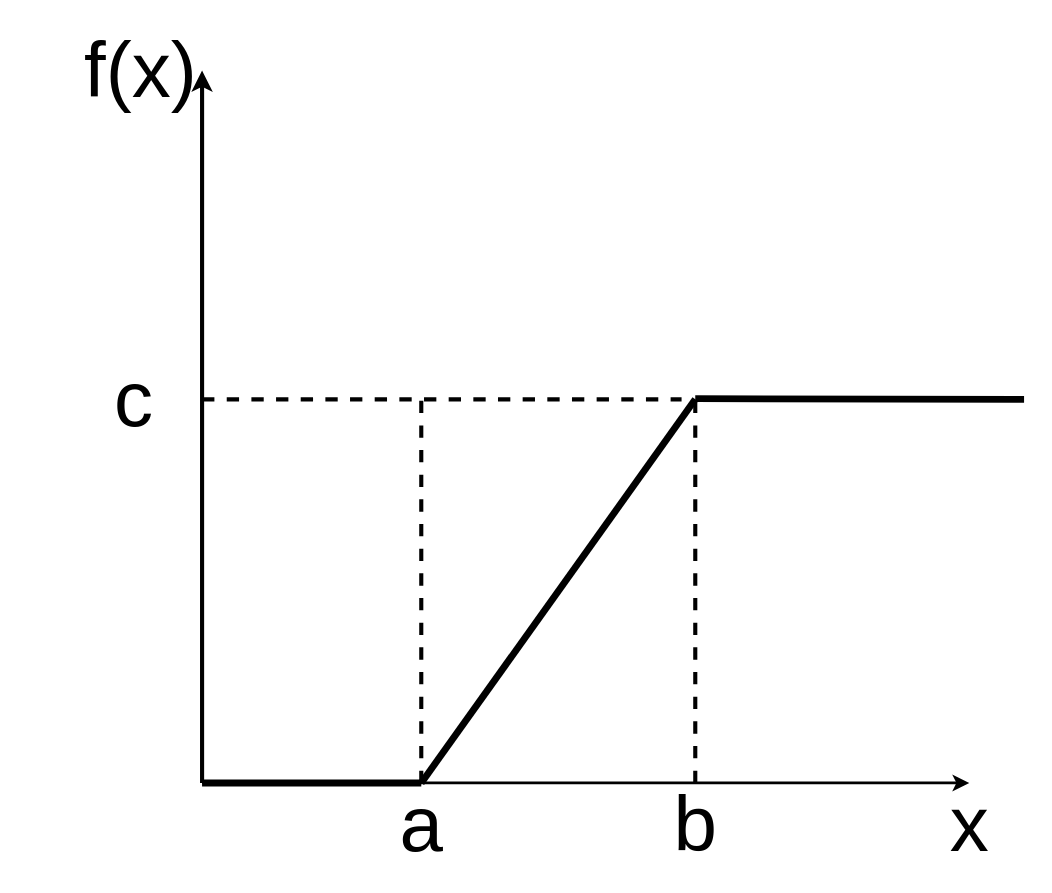
This is Gr2.drawio from ArseniyIFMO/TEX, a draw.io file, before an edit. Source tidied: cells renumbered, new cells numbered last; positions are measured from the earlier drawing's top-left corner, leaving out a move shared by most shapes. Both pictures are drawn from the tidied source at 137%, with x=0, y=0 at pixel (119, 56).
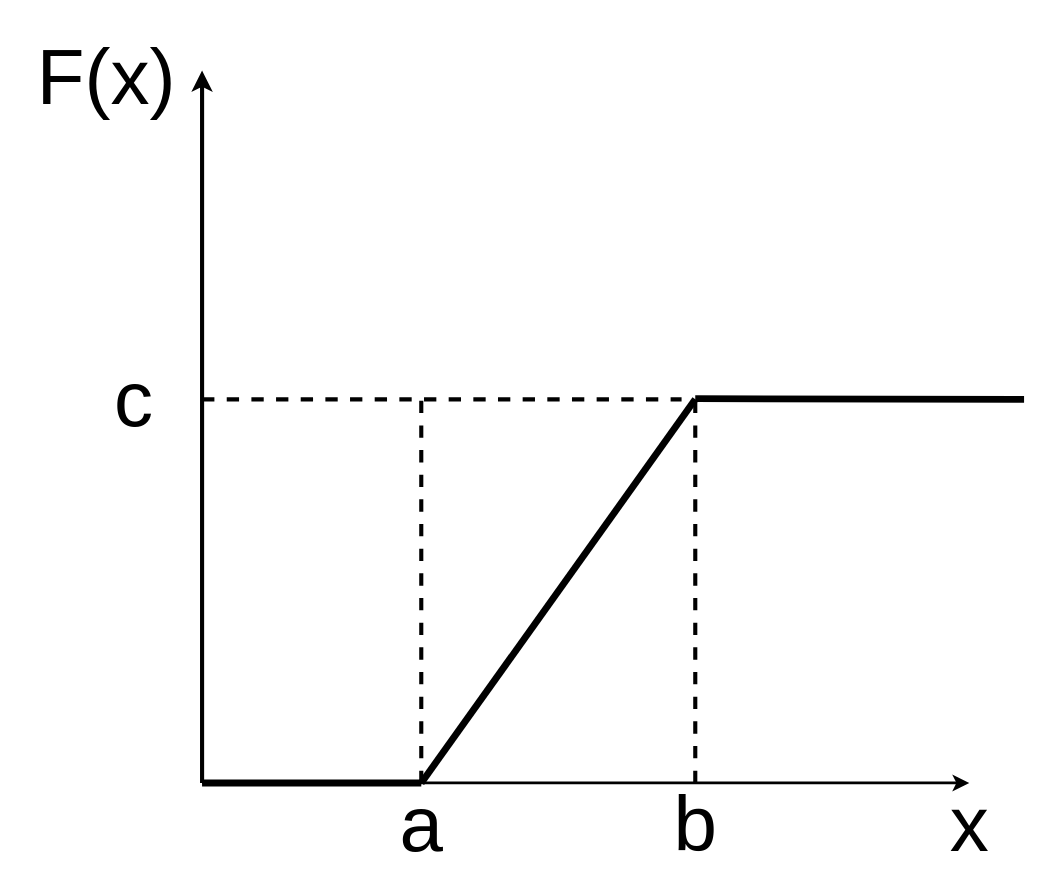
The same diagram, later.

What changed in the source:
```diff
@@
-    <mxCell id="12" value="f(x)" style="text;html=1;align=center;verticalAlign=middle;fillColor=none;strokeColor=none;rounded=0;fontSize=57;strokeWidth=5;" parent="1" vertex="1">
-      <mxGeometry width="30" height="20" as="geometry" />
+    <mxCell id="12" value="F(x)" style="text;html=1;align=center;verticalAlign=middle;fillColor=none;strokeColor=none;rounded=0;fontSize=57;strokeWidth=5;" parent="1" vertex="1">
+      <mxGeometry x="-70" y="-20" width="120" height="70" as="geometry" />
     </mxCell>
```
